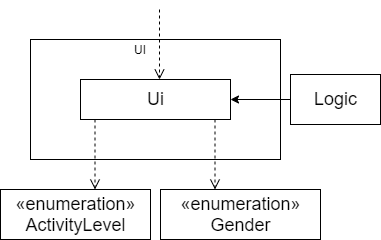
Earlier version of the draw.io export docs/diagrams/Ui component.png (nus-cs2113-AY2021S1/tp). Source tidied: cells renumbered, new cells last; positions are measured from the earlier drawing's top-left corner, leaving out a move shared by most shapes.
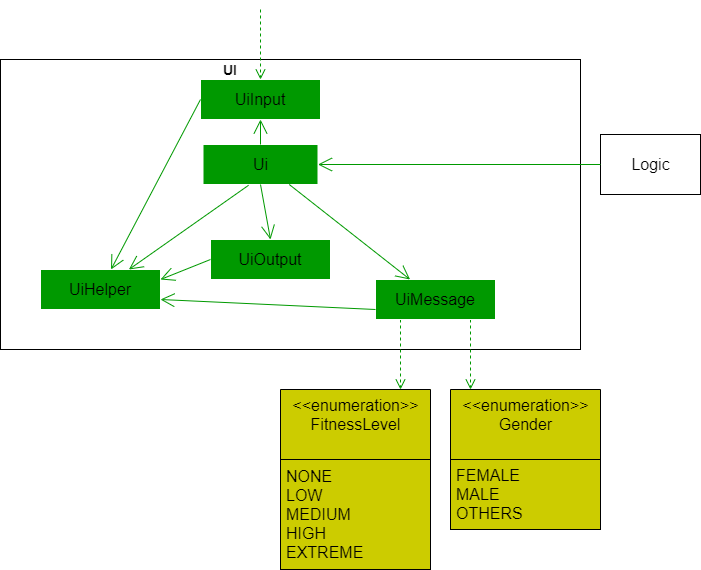
The same diagram one commit later.

Commit message:
Update Ui component diagram

Change to the diagram source:
```diff
@@ -3,43 +3,82 @@
     <mxCell id="0" />
     <mxCell id="1" parent="0" />
     <mxCell id="2" style="rounded=0;whiteSpace=wrap;html=1;" parent="1" vertex="1">
-      <mxGeometry x="30" y="30" width="250" height="120" as="geometry" />
+      <mxGeometry x="-50" y="30" width="580" height="290" as="geometry" />
     </mxCell>
-    <mxCell id="3" value="&lt;font style=&quot;font-size: 18px&quot;&gt;Ui&lt;/font&gt;" style="html=1;" parent="1" vertex="1">
-      <mxGeometry x="80" y="70" width="150" height="40" as="geometry" />
+    <mxCell id="3" value="&lt;font style=&quot;font-size: 16px&quot;&gt;Ui&lt;/font&gt;" style="html=1;fillColor=#009900;shadow=0;strokeColor=#FFFFFF;" parent="1" vertex="1">
+      <mxGeometry x="152.5" y="115" width="115" height="40" as="geometry" />
     </mxCell>
-    <mxCell id="4" value="&lt;font style=&quot;font-size: 18px&quot;&gt;Logic&lt;/font&gt;" style="html=1;" parent="1" vertex="1">
-      <mxGeometry x="290" y="65" width="90" height="50" as="geometry" />
+    <mxCell id="4" value="&lt;font style=&quot;font-size: 16px&quot;&gt;Logic&lt;/font&gt;" style="html=1;" parent="1" vertex="1">
+      <mxGeometry x="550" y="105" width="100" height="60" as="geometry" />
     </mxCell>
-    <mxCell id="5" style="endArrow=classic;html=1;entryX=1;entryY=0.5;entryDx=0;entryDy=0;exitX=0;exitY=0.5;exitDx=0;exitDy=0;" parent="1" edge="1" source="4" target="3">
-      <mxGeometry relative="1" as="geometry" />
-    </mxCell>
-    <mxCell id="6" style="html=1;verticalAlign=bottom;endArrow=open;dashed=1;endSize=8;" parent="1" edge="1">
+    <mxCell id="6" style="html=1;verticalAlign=bottom;endArrow=open;dashed=1;endSize=8;strokeColor=#009900;" parent="1" edge="1">
       <mxGeometry relative="1" as="geometry">
-        <mxPoint x="159" as="sourcePoint" />
-        <mxPoint x="159" y="70" as="targetPoint" />
+        <mxPoint x="210" y="-20" as="sourcePoint" />
+        <mxPoint x="210" y="50" as="targetPoint" />
       </mxGeometry>
     </mxCell>
-    <mxCell id="7" style="html=1;verticalAlign=bottom;endArrow=open;dashed=1;endSize=8;" parent="1" edge="1">
+    <mxCell id="7" style="html=1;verticalAlign=bottom;endArrow=open;dashed=1;endSize=8;strokeColor=#009900;" parent="1" edge="1">
       <mxGeometry relative="1" as="geometry">
-        <mxPoint x="94.5" y="110" as="sourcePoint" />
-        <mxPoint x="94.5" y="180" as="targetPoint" />
+        <mxPoint x="420" y="290" as="sourcePoint" />
+        <mxPoint x="420" y="360" as="targetPoint" />
       </mxGeometry>
     </mxCell>
-    <mxCell id="8" style="html=1;verticalAlign=bottom;endArrow=open;dashed=1;endSize=8;" parent="1" edge="1">
+    <mxCell id="8" style="html=1;verticalAlign=bottom;endArrow=open;dashed=1;endSize=8;strokeColor=#009900;" parent="1" edge="1">
       <mxGeometry relative="1" as="geometry">
-        <mxPoint x="214.5" y="110" as="sourcePoint" />
-        <mxPoint x="214.5" y="180" as="targetPoint" />
+        <mxPoint x="350" y="290" as="sourcePoint" />
+        <mxPoint x="350" y="360" as="targetPoint" />
       </mxGeometry>
     </mxCell>
-    <mxCell id="9" value="&lt;font style=&quot;font-size: 18px&quot;&gt;«enumeration»&lt;br&gt;ActivityLevel&lt;/font&gt;" style="html=1;" parent="1" vertex="1">
-      <mxGeometry y="180" width="150" height="50" as="geometry" />
-    </mxCell>
-    <mxCell id="10" value="&lt;font style=&quot;font-size: 18px&quot;&gt;«enumeration»&lt;br&gt;Gender&lt;/font&gt;" style="html=1;" parent="1" vertex="1">
-      <mxGeometry x="160" y="180" width="160" height="50" as="geometry" />
-    </mxCell>
-    <mxCell id="11" value="UI" style="text;html=1;strokeColor=none;fillColor=none;align=center;verticalAlign=middle;whiteSpace=wrap;rounded=0;" parent="1" vertex="1">
-      <mxGeometry x="120" y="30" width="40" height="20" as="geometry" />
+    <mxCell id="11" value="&lt;b&gt;&lt;font style=&quot;font-size: 14px&quot;&gt;UI&lt;/font&gt;&lt;/b&gt;" style="text;html=1;strokeColor=none;fillColor=none;align=center;verticalAlign=middle;whiteSpace=wrap;rounded=0;" parent="1" vertex="1">
+      <mxGeometry x="160" y="30" width="40" height="20" as="geometry" />
     </mxCell>
+    <mxCell id="12" value="&lt;font style=&quot;font-size: 16px&quot;&gt;UiHelper&lt;/font&gt;" style="rounded=0;whiteSpace=wrap;html=1;fillColor=#009900;strokeColor=#FFFFFF;" parent="1" vertex="1">
+      <mxGeometry x="-10" y="240" width="120" height="40" as="geometry" />
+    </mxCell>
+    <mxCell id="13" value="&lt;font style=&quot;font-size: 16px&quot;&gt;&amp;lt;&amp;lt;enumeration&amp;gt;&amp;gt;&lt;br&gt;Gender&lt;/font&gt;" style="swimlane;fontStyle=0;align=center;verticalAlign=top;horizontal=1;startSize=70;html=1;fillColor=#CCCC00;" parent="1" vertex="1">
+      <mxGeometry x="400" y="360" width="150" height="140" as="geometry" />
+    </mxCell>
+    <mxCell id="14" value="&lt;font style=&quot;font-size: 16px&quot;&gt;FEMALE&lt;br&gt;MALE&lt;br&gt;OTHERS&lt;/font&gt;" style="text;html=1;strokeColor=#000000;fillColor=#CCCC00;align=left;verticalAlign=middle;spacingLeft=4;spacingRight=4;overflow=hidden;" parent="13" vertex="1">
+      <mxGeometry y="70" width="150" height="70" as="geometry" />
+    </mxCell>
+    <mxCell id="15" value="&lt;font style=&quot;font-size: 16px&quot;&gt;UiInput&lt;/font&gt;" style="rounded=0;whiteSpace=wrap;html=1;fillColor=#009900;strokeColor=#FFFFFF;fontSize=16;" parent="1" vertex="1">
+      <mxGeometry x="150" y="50" width="120" height="40" as="geometry" />
+    </mxCell>
+    <mxCell id="16" value="&lt;font style=&quot;font-size: 16px&quot;&gt;UiOutput&lt;/font&gt;" style="rounded=0;whiteSpace=wrap;html=1;fillColor=#009900;strokeColor=#FFFFFF;" parent="1" vertex="1">
+      <mxGeometry x="160" y="210" width="120" height="40" as="geometry" />
+    </mxCell>
+    <mxCell id="17" value="&lt;font style=&quot;font-size: 16px&quot;&gt;UiMessage&lt;/font&gt;" style="rounded=0;whiteSpace=wrap;html=1;fillColor=#009900;strokeColor=#FFFFFF;" parent="1" vertex="1">
+      <mxGeometry x="325" y="250" width="120" height="40" as="geometry" />
+    </mxCell>
+    <mxCell id="18" style="endArrow=open;endFill=1;endSize=12;html=1;exitX=0.5;exitY=0;exitDx=0;exitDy=0;entryX=0.5;entryY=1;entryDx=0;entryDy=0;strokeColor=#009900;" parent="1" edge="1" source="3" target="15">
+      <mxGeometry relative="1" as="geometry" />
+    </mxCell>
+    <mxCell id="5" style="endArrow=open;endFill=1;endSize=12;html=1;exitX=0;exitY=0.5;exitDx=0;exitDy=0;entryX=1;entryY=0.5;entryDx=0;entryDy=0;strokeColor=#009900;" parent="1" edge="1" source="4" target="3">
+      <mxGeometry relative="1" as="geometry" />
+    </mxCell>
+    <mxCell id="19" style="endArrow=open;endFill=1;endSize=12;html=1;entryX=0.5;entryY=0;entryDx=0;entryDy=0;exitX=0.5;exitY=1;exitDx=0;exitDy=0;strokeColor=#009900;" parent="1" edge="1" source="3" target="16">
+      <mxGeometry relative="1" as="geometry" />
+    </mxCell>
+    <mxCell id="20" style="endArrow=open;endFill=1;endSize=12;html=1;exitX=0.396;exitY=1.02;exitDx=0;exitDy=0;exitPerimeter=0;strokeColor=#009900;" parent="1" edge="1" source="3" target="12">
+      <mxGeometry relative="1" as="geometry" />
+    </mxCell>
+    <mxCell id="21" style="endArrow=open;endFill=1;endSize=12;html=1;exitX=0.75;exitY=1;exitDx=0;exitDy=0;strokeColor=#009900;" parent="1" edge="1" source="3" target="17">
+      <mxGeometry relative="1" as="geometry" />
+    </mxCell>
+    <mxCell id="22" style="endArrow=open;endFill=1;endSize=12;html=1;exitX=0;exitY=0.5;exitDx=0;exitDy=0;fillColor=#009900;strokeColor=#009900;" parent="1" edge="1" source="15" target="12">
+      <mxGeometry relative="1" as="geometry" />
+    </mxCell>
+    <mxCell id="23" style="endArrow=open;endFill=1;endSize=12;html=1;exitX=0;exitY=0.75;exitDx=0;exitDy=0;entryX=1;entryY=0.75;entryDx=0;entryDy=0;strokeColor=#009900;" parent="1" edge="1" source="17" target="12">
+      <mxGeometry relative="1" as="geometry" />
+    </mxCell>
+    <mxCell id="24" style="endArrow=open;endFill=1;endSize=12;html=1;exitX=0;exitY=0.5;exitDx=0;exitDy=0;entryX=1;entryY=0.25;entryDx=0;entryDy=0;strokeColor=#009900;" parent="1" edge="1" source="16" target="12">
+      <mxGeometry relative="1" as="geometry" />
+    </mxCell>
+    <mxCell id="25" value="&lt;font&gt;&lt;font style=&quot;font-size: 16px&quot;&gt;&amp;lt;&amp;lt;enumeration&amp;gt;&amp;gt;&lt;br&gt;FitnessLevel&lt;/font&gt;&lt;br&gt;&lt;/font&gt;" style="swimlane;fontStyle=0;align=center;verticalAlign=top;horizontal=1;startSize=70;html=1;fillColor=#CCCC00;" parent="1" vertex="1">
+      <mxGeometry x="230" y="360" width="150" height="180" as="geometry" />
+    </mxCell>
+    <mxCell id="26" value="&lt;font style=&quot;font-size: 16px&quot;&gt;NONE&lt;br&gt;LOW&lt;br&gt;MEDIUM&lt;br&gt;HIGH&lt;br&gt;EXTREME&lt;/font&gt;" style="text;html=1;strokeColor=#000000;fillColor=#CCCC00;align=left;verticalAlign=middle;spacingLeft=4;spacingRight=4;overflow=hidden;" parent="25" vertex="1">
+      <mxGeometry y="70" width="150" height="110" as="geometry" />
+    </mxCell>
   </root>
 </mxGraphModel>
```
